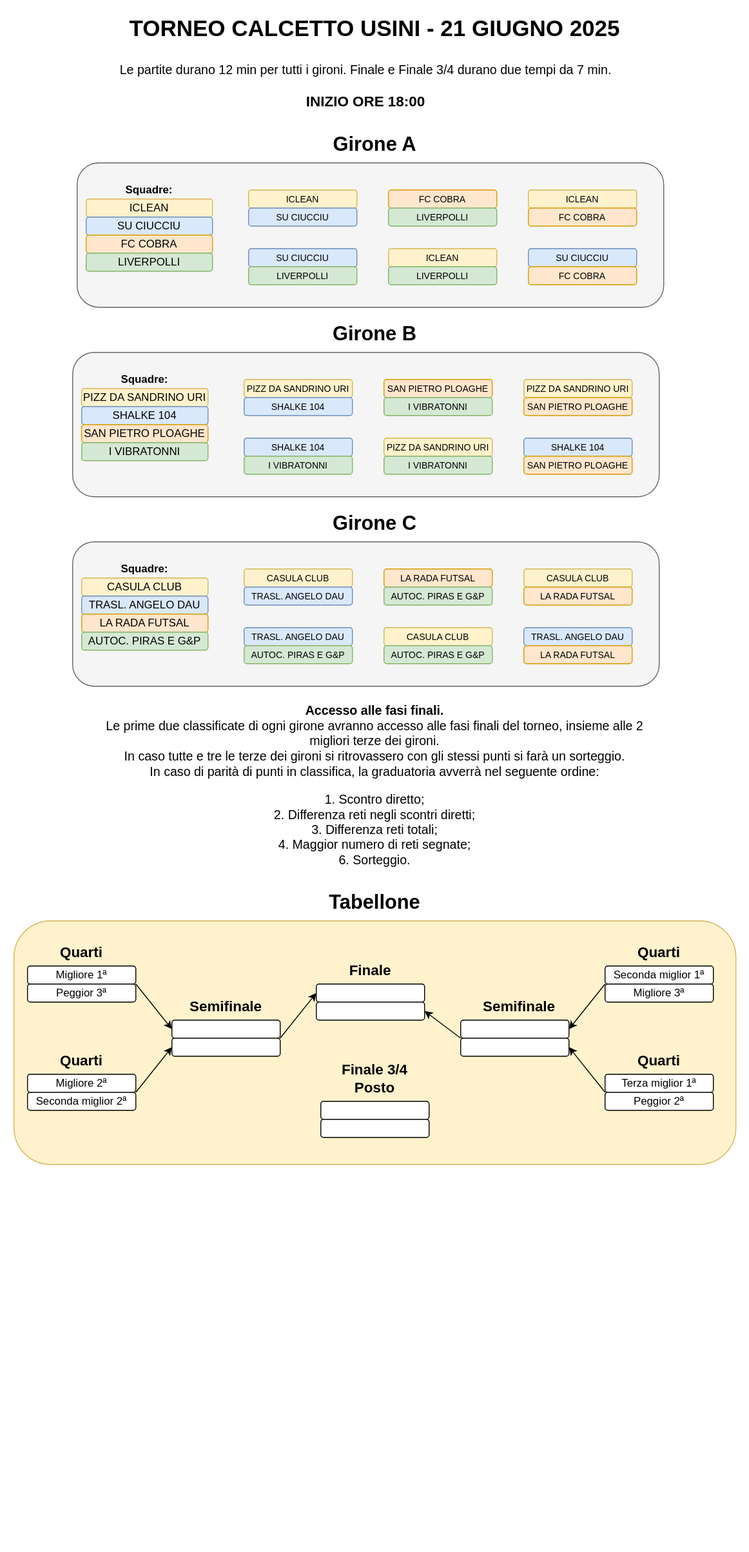
This is torneo-calcetto-2025/tabellone.svg from cscalaresu/tornei, a draw.io export, as it was before one commit. Source tidied: cells renumbered, new cells last; positions are measured from the earlier drawing's top-left corner, leaving out a move shared by most shapes.
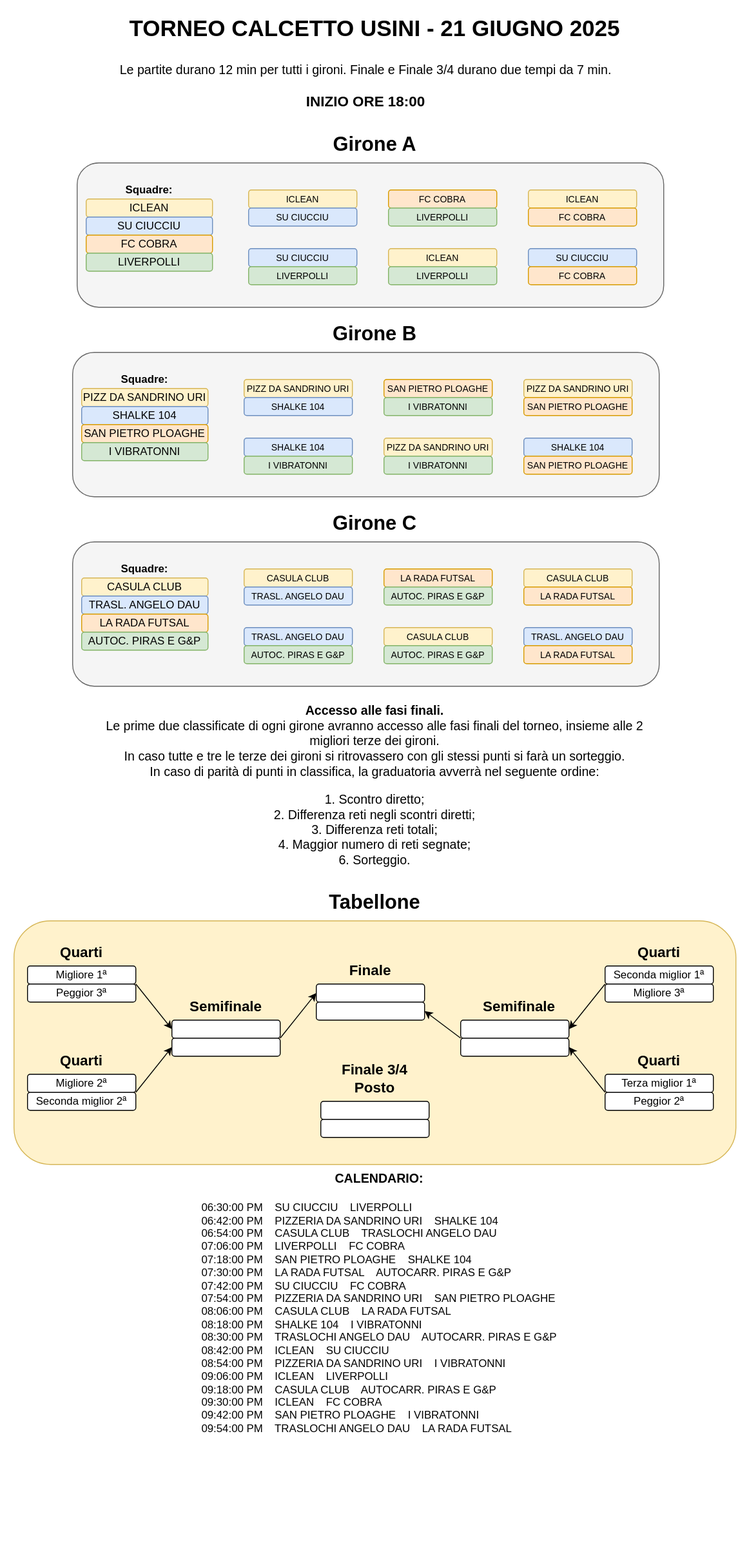
After the commit.

What changed in the source:
```diff
@@ -281,5 +281,8 @@
     <mxCell id="94" value="&lt;b&gt;Squadre:&lt;/b&gt;" style="text;html=1;align=center;verticalAlign=middle;whiteSpace=wrap;rounded=0;" parent="1" vertex="1">
       <mxGeometry x="110" y="200" width="110" height="20" as="geometry" />
     </mxCell>
+    <mxCell id="95" value="&lt;div align=&quot;center&quot;&gt;&lt;font style=&quot;font-size: 14px;&quot;&gt;&lt;b&gt;CALENDARIO:&lt;/b&gt;&lt;/font&gt;&lt;/div&gt;&lt;div align=&quot;center&quot;&gt;&lt;font style=&quot;font-size: 14px;&quot;&gt;&lt;b&gt;&lt;br&gt;&lt;/b&gt;&lt;/font&gt;&lt;/div&gt;&lt;div align=&quot;left&quot;&gt;06:30:00 PM&amp;nbsp; &amp;nbsp; SU CIUCCIU&amp;nbsp; &amp;nbsp; LIVERPOLLI&lt;br&gt;06:42:00 PM&amp;nbsp; &amp;nbsp; PIZZERIA DA SANDRINO URI&amp;nbsp; &amp;nbsp; SHALKE 104&lt;br&gt;06:54:00 PM&amp;nbsp; &amp;nbsp; CASULA CLUB&amp;nbsp; &amp;nbsp; TRASLOCHI ANGELO DAU&lt;br&gt;07:06:00 PM&amp;nbsp; &amp;nbsp; LIVERPOLLI&amp;nbsp; &amp;nbsp; FC COBRA&lt;br&gt;07:18:00 PM&amp;nbsp; &amp;nbsp; SAN PIETRO PLOAGHE&amp;nbsp; &amp;nbsp; SHALKE 104&lt;br&gt;07:30:00 PM&amp;nbsp; &amp;nbsp; LA RADA FUTSAL&amp;nbsp; &amp;nbsp; AUTOCARR. PIRAS E G&amp;amp;P&lt;br&gt;07:42:00 PM&amp;nbsp; &amp;nbsp; SU CIUCCIU&amp;nbsp; &amp;nbsp; FC COBRA&lt;br&gt;07:54:00 PM&amp;nbsp; &amp;nbsp; PIZZERIA DA SANDRINO URI&amp;nbsp; &amp;nbsp; SAN PIETRO PLOAGHE&lt;br&gt;08:06:00 PM&amp;nbsp; &amp;nbsp; CASULA CLUB&amp;nbsp; &amp;nbsp; LA RADA FUTSAL&lt;br&gt;08:18:00 PM&amp;nbsp; &amp;nbsp; SHALKE 104&amp;nbsp; &amp;nbsp; I VIBRATONNI&lt;br&gt;08:30:00 PM&amp;nbsp; &amp;nbsp; TRASLOCHI ANGELO DAU&amp;nbsp; &amp;nbsp; AUTOCARR. PIRAS E G&amp;amp;P&lt;br&gt;08:42:00 PM&amp;nbsp; &amp;nbsp; ICLEAN&amp;nbsp; &amp;nbsp; SU CIUCCIU&lt;br&gt;08:54:00 PM&amp;nbsp; &amp;nbsp; PIZZERIA DA SANDRINO URI&amp;nbsp; &amp;nbsp; I VIBRATONNI&lt;br&gt;09:06:00 PM&amp;nbsp; &amp;nbsp; ICLEAN&amp;nbsp; &amp;nbsp; LIVERPOLLI&lt;br&gt;09:18:00 PM&amp;nbsp; &amp;nbsp; CASULA CLUB&amp;nbsp; &amp;nbsp; AUTOCARR. PIRAS E G&amp;amp;P&lt;br&gt;09:30:00 PM&amp;nbsp; &amp;nbsp; ICLEAN&amp;nbsp; &amp;nbsp; FC COBRA&lt;br&gt;09:42:00 PM&amp;nbsp; &amp;nbsp; SAN PIETRO PLOAGHE&amp;nbsp; &amp;nbsp; I VIBRATONNI&lt;br&gt;09:54:00 PM&amp;nbsp; &amp;nbsp; TRASLOCHI ANGELO DAU&amp;nbsp; &amp;nbsp; LA RADA FUTSAL&lt;br&gt;&lt;/div&gt;&lt;div align=&quot;left&quot;&gt;&lt;br&gt;&lt;/div&gt;&lt;br&gt;&lt;div align=&quot;left&quot;&gt;&lt;br&gt;&lt;/div&gt;" style="text;html=1;align=center;verticalAlign=middle;whiteSpace=wrap;rounded=0;" parent="1" vertex="1">
+      <mxGeometry x="20" y="1320" width="800" height="290" as="geometry" />
+    </mxCell>
   </root>
 </mxGraphModel>
```
